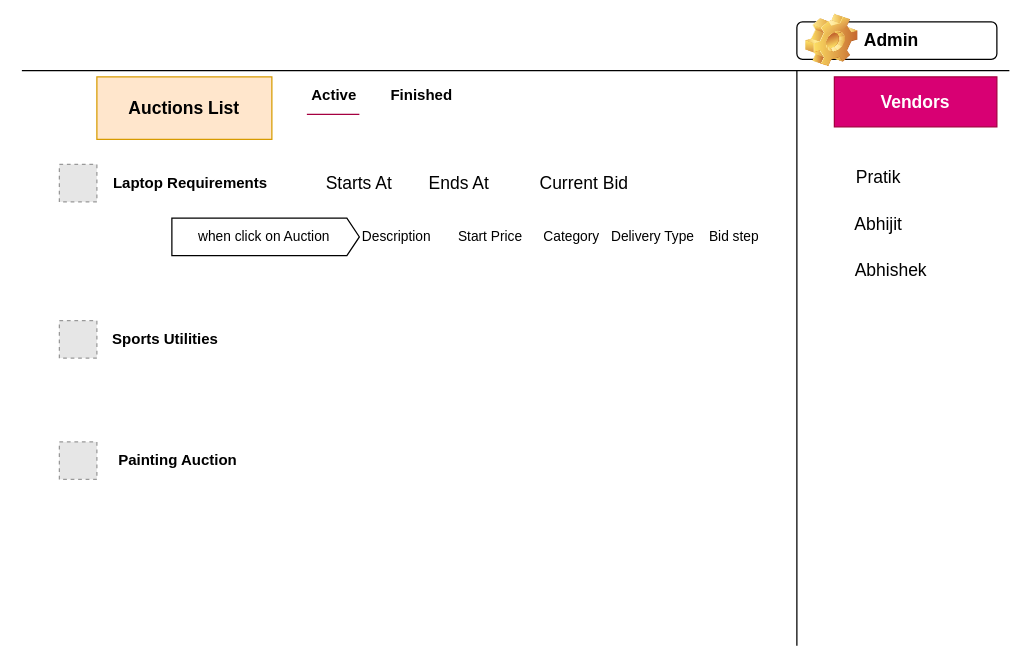
pratikdimble/Diagram keeps this draw.io diagram as page "Page-2" (2 of 2) of Untitled Diagram.drawio. Above is the earlier version. Source tidied: cells renumbered, new cells numbered last; positions are measured from the earlier drawing's top-left corner, leaving out a move shared by most shapes. Both pictures are drawn from the tidied source at 125%, with x=0, y=0 at pixel (21, 21). Pictures stored in the file or linked from it are replaced by grey dashed boxes.
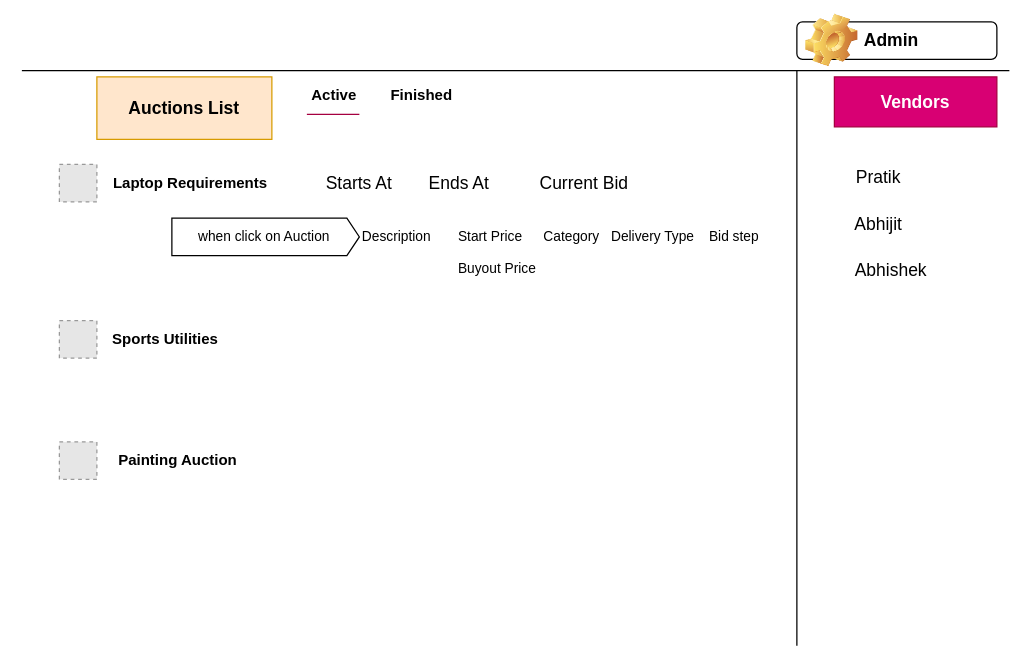
The same diagram, later.

Change to the diagram source:
```diff
@@
+    <mxCell id="28" value="Buyout Price" style="text;html=1;align=center;verticalAlign=middle;strokeColor=none;fillColor=none;fontSize=11;" parent="1" vertex="1">
+      <mxGeometry x="340" y="187" width="80" height="20" as="geometry" />
+    </mxCell>
```
